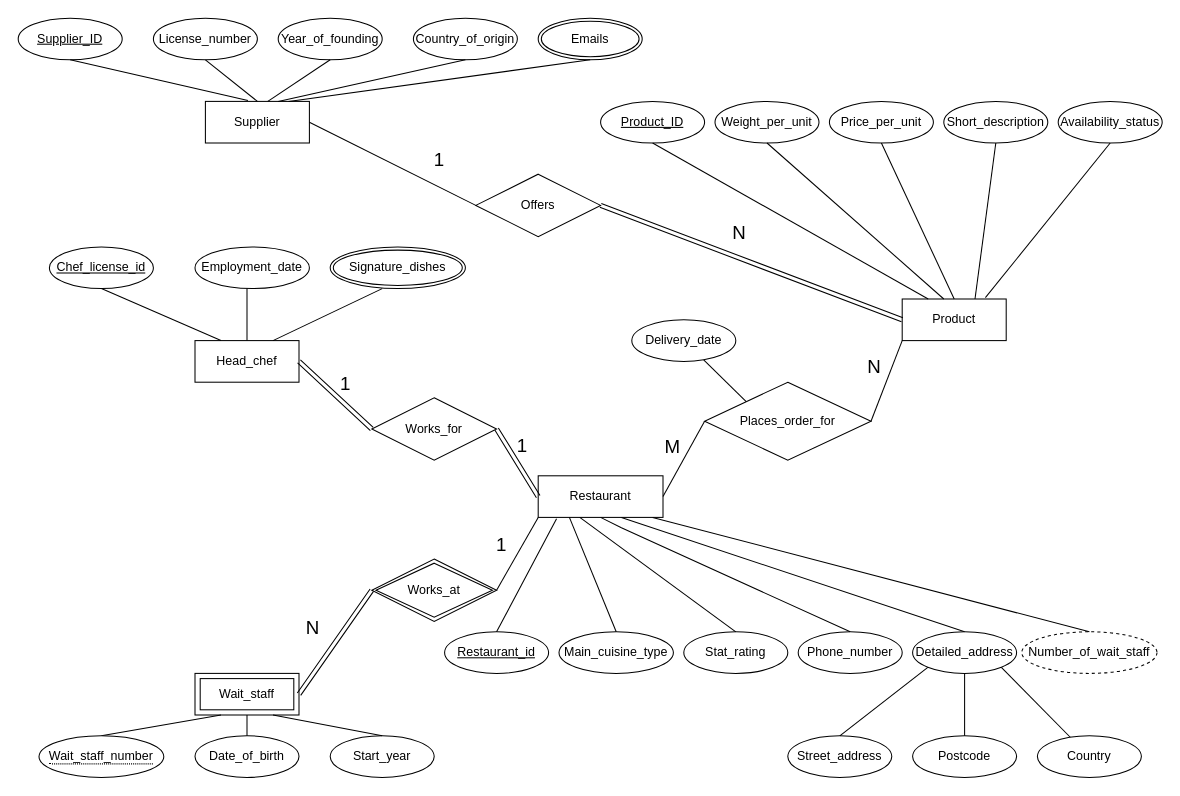
Before: Untitled Diagram.drawio in Jack-UNSW/ohmyzsh, a draw.io diagram. Source tidied: cells renumbered, new cells numbered last; positions are measured from the earlier drawing's top-left corner, leaving out a move shared by most shapes. Both pictures are drawn from the tidied source at 104%, with x=0, y=0 at pixel (18, 18).
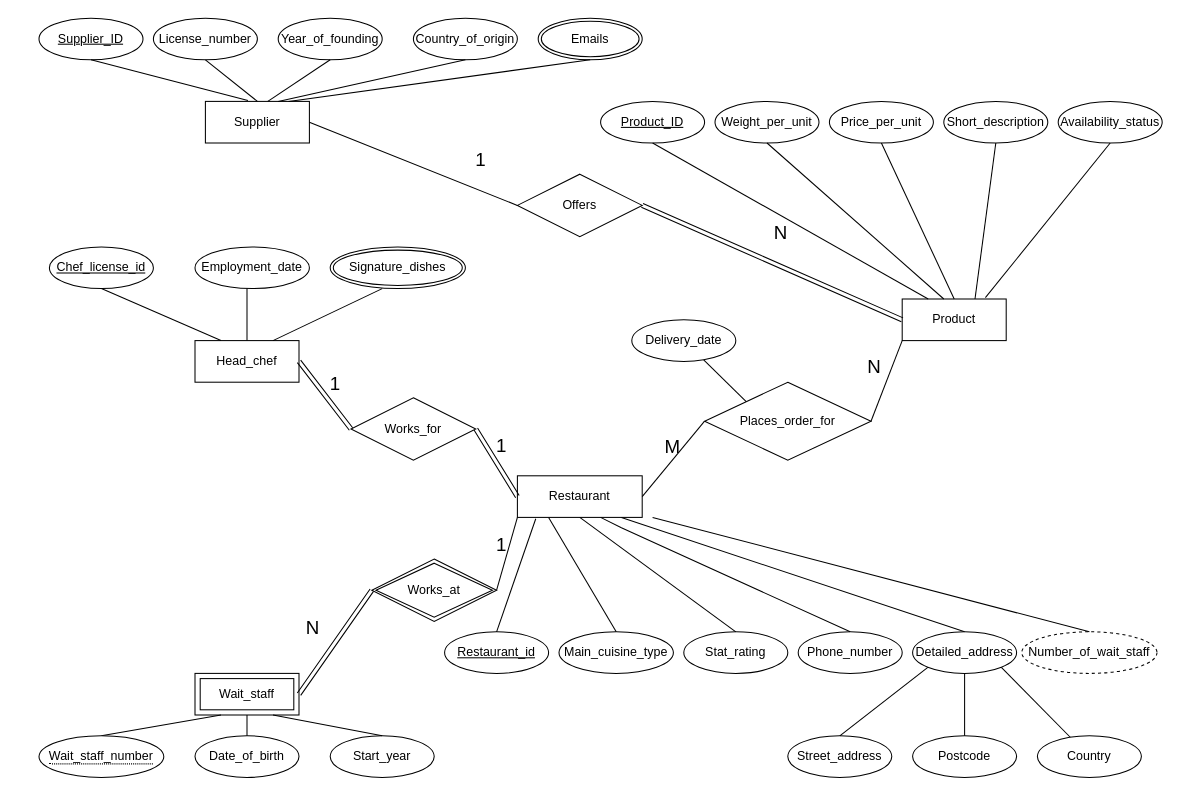
Above is the later version.

Unchanged cells that the change refers to:
```xml
<mxCell id="3" value="Supplier" style="whiteSpace=wrap;html=1;align=center;" parent="1" vertex="1">
  <mxGeometry x="180" y="80" width="100" height="40" as="geometry" />
</mxCell>
<mxCell id="25" style="shape=link;html=1;rounded=0;entryX=0;entryY=0.5;entryDx=0;entryDy=0;" parent="1" edge="1" target="24">
  <mxGeometry relative="1" as="geometry">
    <mxPoint x="270" y="330" as="sourcePoint" />
  </mxGeometry>
</mxCell>
```

Diff of the diagram source:
```diff
@@
     <mxCell id="7" value="Supplier_ID" style="ellipse;whiteSpace=wrap;html=1;align=center;fontStyle=4;" parent="1" vertex="1">
-      <mxGeometry width="100" height="40" as="geometry" />
+      <mxGeometry x="20" width="100" height="40" as="geometry" />
     </mxCell>
@@
     <mxCell id="18" value="Restaurant" style="whiteSpace=wrap;html=1;align=center;" parent="1" vertex="1">
-      <mxGeometry x="500" y="440" width="120" height="40" as="geometry" />
+      <mxGeometry x="480" y="440" width="120" height="40" as="geometry" />
     </mxCell>
     <mxCell id="19" value="Offers" style="shape=rhombus;perimeter=rhombusPerimeter;whiteSpace=wrap;html=1;align=center;" parent="1" vertex="1">
-      <mxGeometry x="440" y="150" width="120" height="60" as="geometry" />
+      <mxGeometry x="480" y="150" width="120" height="60" as="geometry" />
     </mxCell>
@@
     <mxCell id="24" value="Works_for" style="shape=rhombus;perimeter=rhombusPerimeter;whiteSpace=wrap;html=1;align=center;" parent="1" vertex="1">
-      <mxGeometry x="340" y="365" width="120" height="60" as="geometry" />
+      <mxGeometry x="320" y="365" width="120" height="60" as="geometry" />
     </mxCell>
@@
     <mxCell id="26" value="1" style="html=1;align=right;verticalAlign=bottom;fontSize=18;" parent="25" vertex="1">
       <mxGeometry x="1" relative="1" as="geometry">
-        <mxPoint x="-20" y="-30" as="offset" />
+        <mxPoint x="-10" y="-30" as="offset" />
       </mxGeometry>
     </mxCell>
@@
-    <mxCell id="41" style="endArrow=none;html=1;rounded=0;entryX=0.409;entryY=-0.022;entryDx=0;entryDy=0;entryPerimeter=0;" parent="1" edge="1" target="3">
-      <mxGeometry relative="1" as="geometry">
-        <mxPoint x="50" y="40" as="sourcePoint" />
-      </mxGeometry>
+    <mxCell id="41" style="endArrow=none;html=1;rounded=0;entryX=0.409;entryY=-0.022;entryDx=0;entryDy=0;entryPerimeter=0;exitX=0.5;exitY=1;exitDx=0;exitDy=0;" parent="1" edge="1" source="7" target="3">
+      <mxGeometry relative="1" as="geometry" />
     </mxCell>
```
